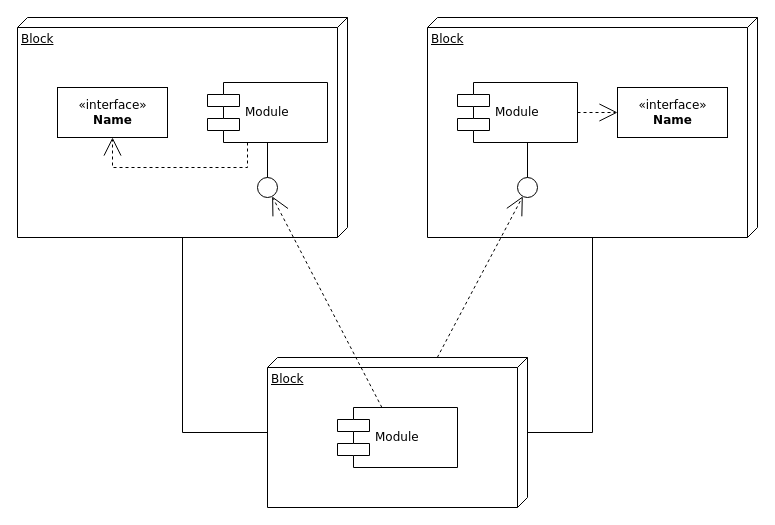
This is microservice-archi.drawio from org-404/.github, a draw.io file, before an edit. Source tidied: cells renumbered, new cells numbered last; positions are measured from the earlier drawing's top-left corner, leaving out a move shared by most shapes. Both pictures are drawn from the tidied source at 100%, with x=0, y=0 at pixel (17, 17).
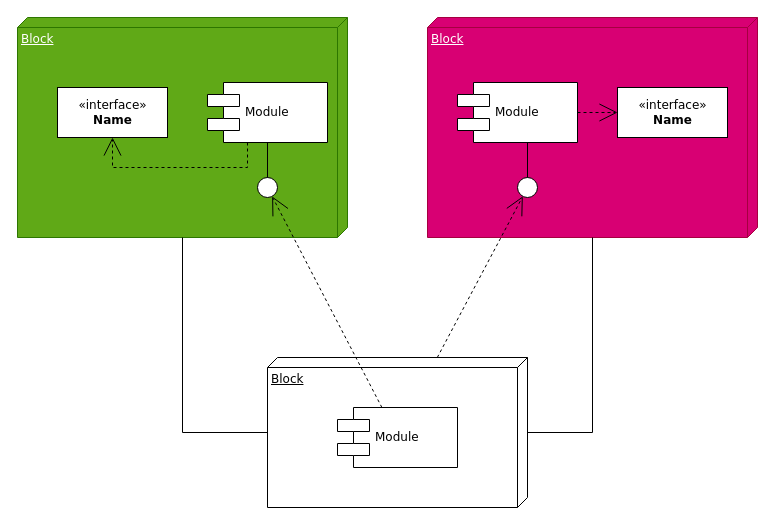
The same diagram, later.

The edit, as a diff of the source:
```diff
@@
-    <mxCell id="2" value="Block" style="verticalAlign=top;align=left;spacingTop=8;spacingLeft=2;spacingRight=12;shape=cube;size=10;direction=south;fontStyle=4;html=1;rounded=0;shadow=0;comic=0;labelBackgroundColor=none;strokeWidth=1;fontFamily=Verdana;fontSize=12;" parent="1" vertex="1">
+    <mxCell id="2" value="Block" style="verticalAlign=top;align=left;spacingTop=8;spacingLeft=2;spacingRight=12;shape=cube;size=10;direction=south;fontStyle=4;html=1;rounded=0;shadow=0;comic=0;labelBackgroundColor=none;strokeWidth=1;fontFamily=Verdana;fontSize=12;fillColor=#60a917;fontColor=#ffffff;strokeColor=#2D7600;" parent="1" vertex="1">
       <mxGeometry width="330" height="220" as="geometry" />
     </mxCell>
-    <mxCell id="3" value="Block" style="verticalAlign=top;align=left;spacingTop=8;spacingLeft=2;spacingRight=12;shape=cube;size=10;direction=south;fontStyle=4;html=1;rounded=0;shadow=0;comic=0;labelBackgroundColor=none;strokeWidth=1;fontFamily=Verdana;fontSize=12;" parent="1" vertex="1">
+    <mxCell id="3" value="Block" style="verticalAlign=top;align=left;spacingTop=8;spacingLeft=2;spacingRight=12;shape=cube;size=10;direction=south;fontStyle=4;html=1;rounded=0;shadow=0;comic=0;labelBackgroundColor=none;strokeWidth=1;fontFamily=Verdana;fontSize=12;fillColor=#d80073;fontColor=#ffffff;strokeColor=#A50040;" parent="1" vertex="1">
       <mxGeometry x="410" width="330" height="220" as="geometry" />
     </mxCell>
```
